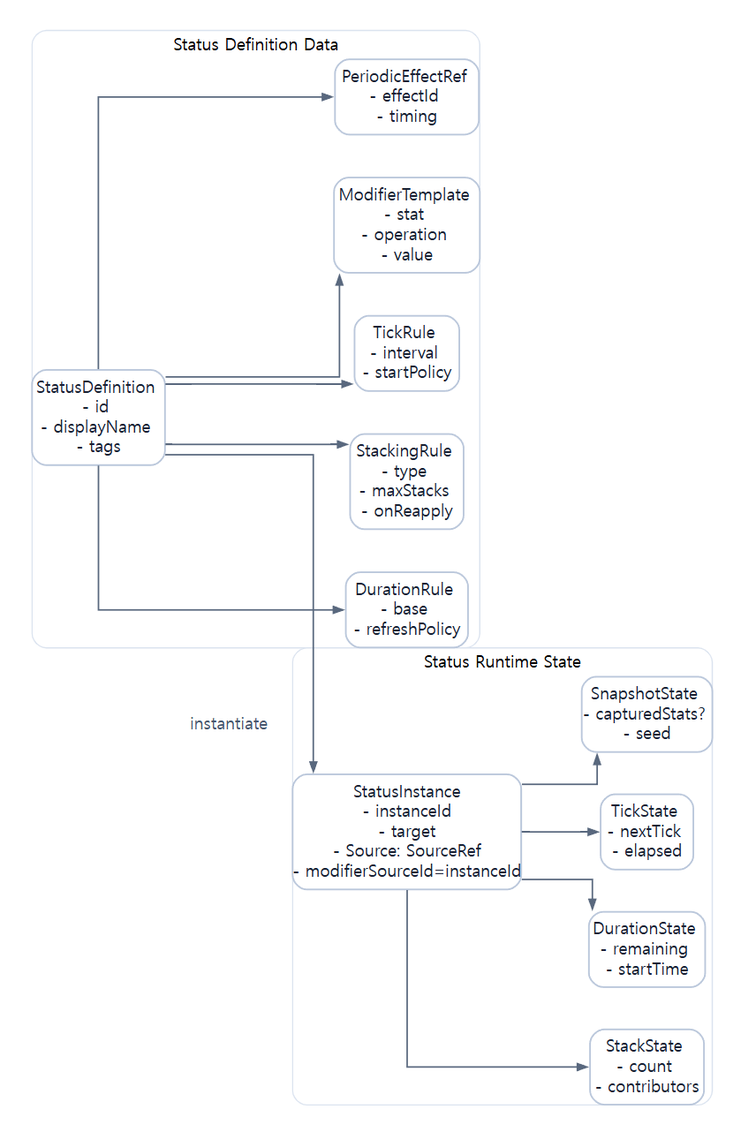
The Graphviz diagram assets/diagrams/30_status_data_model_diagram.png in JY-LemongO/game-system-framework-knowledge-site, before a commit. Its source is kept beside it as source/diagrams/30_status_data_model_diagram.dot.
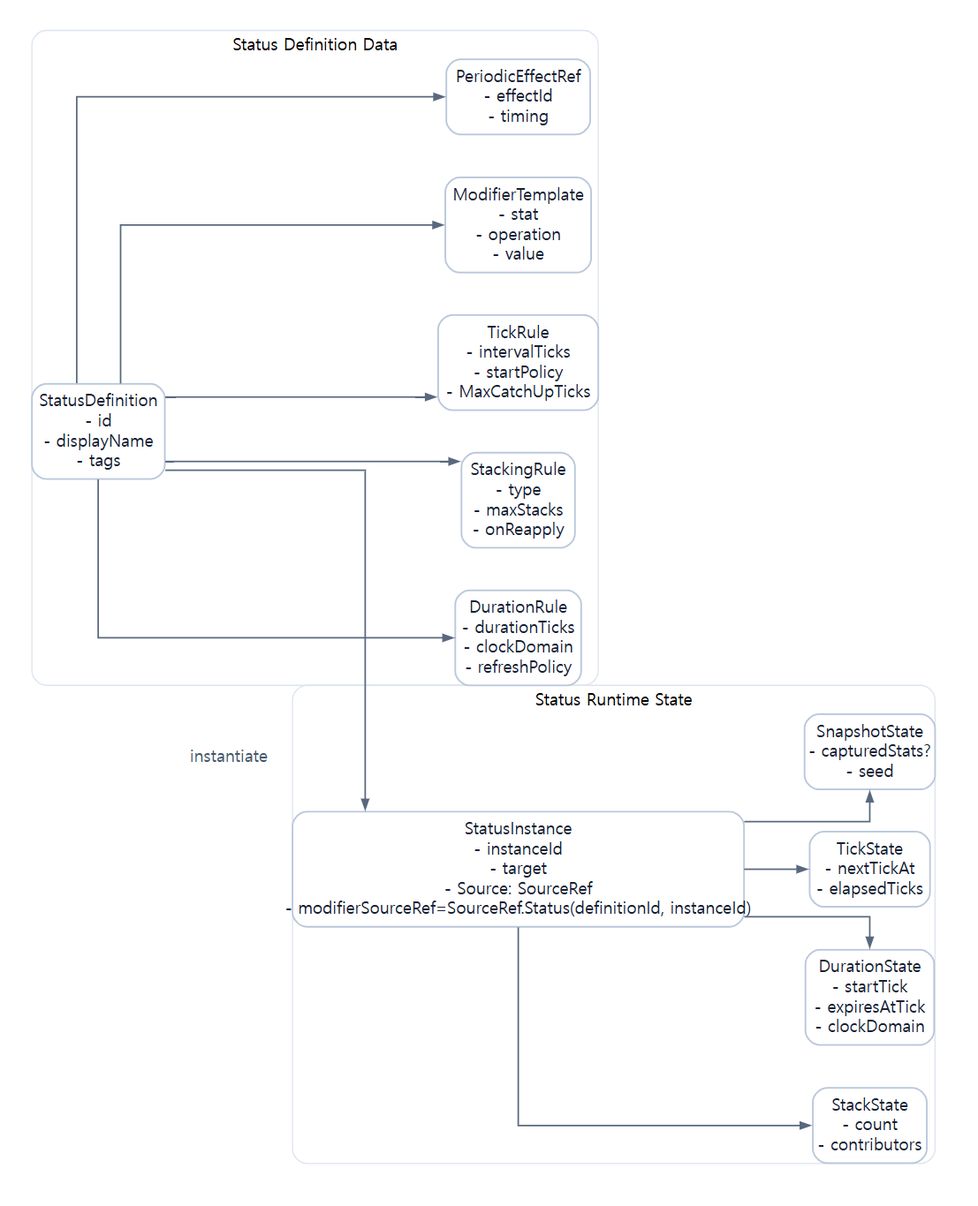
Above is the later version.

Change to the diagram source:
```diff
@@ -9,15 +9,17 @@
 - displayName
 - tags"];
     DurationRule [label="DurationRule
-- base
+- durationTicks
+- clockDomain
 - refreshPolicy"];
     StackingRule [label="StackingRule
 - type
 - maxStacks
 - onReapply"];
     TickRule [label="TickRule
-- interval
-- startPolicy"];
+- intervalTicks
+- startPolicy
+- MaxCatchUpTicks"];
     ModifierTemplate [label="ModifierTemplate
 - stat
 - operation
@@ -31,16 +33,17 @@
 - instanceId
 - target
 - Source: SourceRef
-- modifierSourceId=instanceId"];
+- modifierSourceRef=SourceRef.Status(definitionId, instanceId)"];
     StackState [label="StackState
 - count
 - contributors"];
     DurationState [label="DurationState
-- remaining
-- startTime"];
+- startTick
+- expiresAtTick
+- clockDomain"];
     TickState [label="TickState
-- nextTick
-- elapsed"];
+- nextTickAt
+- elapsedTicks"];
     SnapshotState [label="SnapshotState
 - capturedStats?
 - seed"];
```
